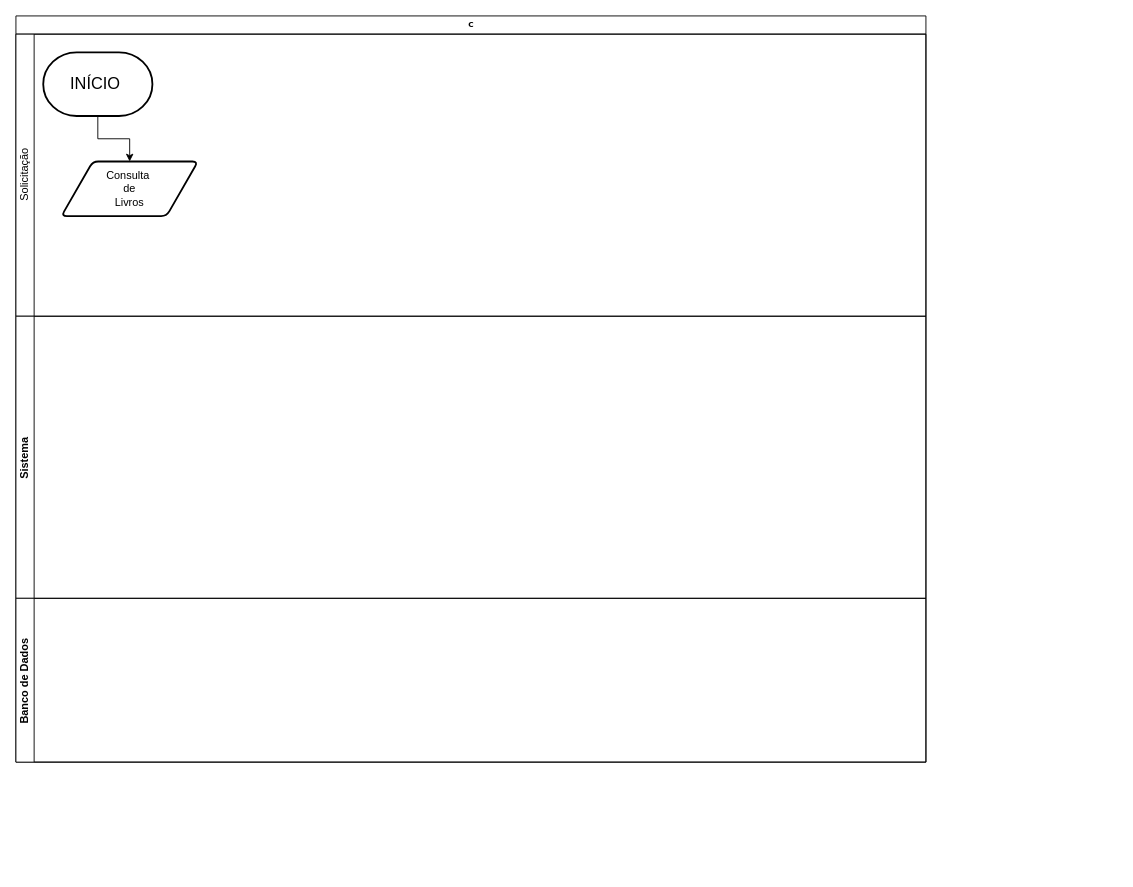
This is Untitled Diagram.drawio from lucascerdeira/IMC, a draw.io file, before an edit. Source tidied: cells renumbered, new cells numbered last; positions are measured from the earlier drawing's top-left corner, leaving out a move shared by most shapes. Both pictures are drawn from the tidied source at 91%, with x=0, y=0 at pixel (15, 15).
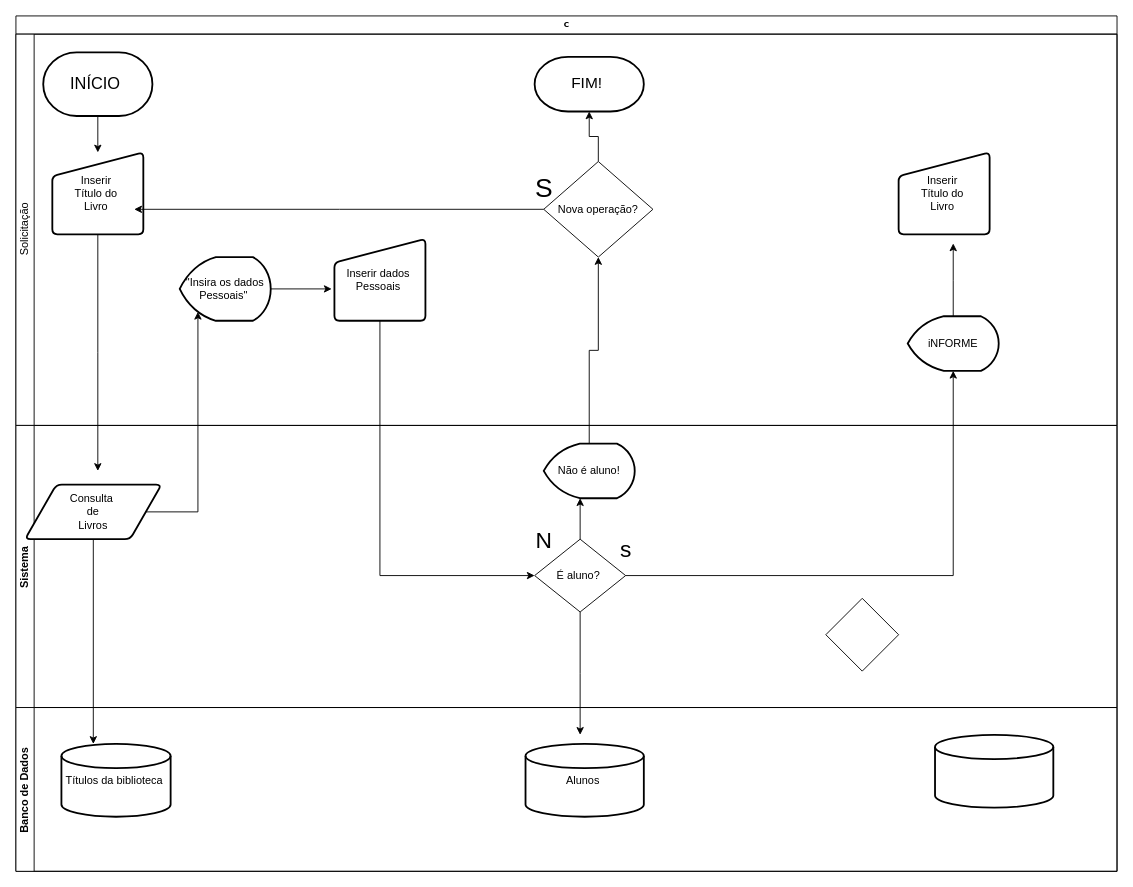
The same diagram, later.

The change refers to these unchanged cells:
```xml
<mxCell id="5" value="&lt;font style=&quot;font-size: 18px&quot;&gt;INÍCIO&amp;nbsp;&lt;/font&gt;" style="strokeWidth=2;html=1;shape=mxgraph.flowchart.terminator;whiteSpace=wrap;" parent="3" vertex="1">
  <mxGeometry x="30" y="20" width="120" height="70" as="geometry" />
</mxCell>
```

Diff of the diagram source:
```diff
@@
     <mxCell id="2" value="C" style="swimlane;html=1;horizontal=1;startSize=20;rounded=0;shadow=0;labelBackgroundColor=none;strokeWidth=1;fontFamily=Verdana;fontSize=8;align=center;" parent="1" vertex="1">
-      <mxGeometry width="1000" height="820" as="geometry" />
+      <mxGeometry width="1210" height="940" as="geometry" />
     </mxCell>
     <mxCell id="3" value="Solicitação" style="swimlane;html=1;startSize=20;horizontal=0;fontStyle=0;" parent="2" vertex="1">
-      <mxGeometry y="20" width="1000" height="310" as="geometry" />
+      <mxGeometry y="20" width="1210" height="430" as="geometry" />
     </mxCell>
-    <mxCell id="4" style="edgeStyle=orthogonalEdgeStyle;rounded=0;jettySize=auto;html=1;entryX=0.5;entryY=0;entryDx=0;entryDy=0;" parent="3" edge="1" source="5" target="6">
-      <mxGeometry relative="1" as="geometry" />
-    </mxCell>
+    <mxCell id="10" style="edgeStyle=orthogonalEdgeStyle;rounded=0;jettySize=auto;html=1;" parent="3" edge="1" source="5" target="12">
+      <mxGeometry relative="1" as="geometry" />
+    </mxCell>
@@
+    <mxCell id="11" value="&lt;font style=&quot;font-size: 17px&quot;&gt;FIM!&amp;nbsp;&lt;/font&gt;" style="strokeWidth=2;html=1;shape=mxgraph.flowchart.terminator;whiteSpace=wrap;" parent="3" vertex="1">
+      <mxGeometry x="570" y="25" width="120" height="60" as="geometry" />
+    </mxCell>
+    <mxCell id="12" value="Inserir&amp;nbsp;&lt;br&gt;Título do&amp;nbsp;&lt;br&gt;Livro&amp;nbsp;&lt;br&gt;" style="html=1;strokeWidth=2;shape=manualInput;whiteSpace=wrap;rounded=1;size=26;arcSize=11;" parent="3" vertex="1">
+      <mxGeometry x="40" y="130" width="100" height="90" as="geometry" />
+    </mxCell>
+    <mxCell id="13" value="iNFORME" style="strokeWidth=2;html=1;shape=mxgraph.flowchart.display;whiteSpace=wrap;" parent="3" vertex="1">
+      <mxGeometry x="980" y="310" width="100" height="60" as="geometry" />
+    </mxCell>
+    <mxCell id="14" value="S" style="edgeStyle=orthogonalEdgeStyle;rounded=0;jettySize=auto;html=1;entryX=0.5;entryY=1;entryDx=0;entryDy=0;entryPerimeter=0;fontSize=29;" parent="3" edge="1" source="15" target="11">
+      <mxGeometry x="-1" y="67" relative="1" as="geometry">
+        <mxPoint x="7" y="30" as="offset" />
+      </mxGeometry>
+    </mxCell>
+    <mxCell id="15" value="Nova operação?" style="rhombus;whiteSpace=wrap;html=1;" parent="3" vertex="1">
+      <mxGeometry x="580" y="140" width="120" height="105" as="geometry" />
+    </mxCell>
+    <mxCell id="16" value="Inserir&amp;nbsp;&lt;br&gt;Título do&amp;nbsp;&lt;br&gt;Livro&amp;nbsp;&lt;br&gt;" style="html=1;strokeWidth=2;shape=manualInput;whiteSpace=wrap;rounded=1;size=26;arcSize=11;" parent="3" vertex="1">
+      <mxGeometry x="970" y="130" width="100" height="90" as="geometry" />
+    </mxCell>
+    <mxCell id="17" style="edgeStyle=orthogonalEdgeStyle;rounded=0;jettySize=auto;html=1;entryX=-0.03;entryY=0.611;entryDx=0;entryDy=0;entryPerimeter=0;fontSize=25;" parent="3" edge="1" source="18" target="19">
+      <mxGeometry relative="1" as="geometry" />
+    </mxCell>
+    <mxCell id="18" value="&quot;Insira os dados&lt;br&gt;Pessoais&quot;&amp;nbsp;" style="strokeWidth=2;html=1;shape=mxgraph.flowchart.display;whiteSpace=wrap;" parent="3" vertex="1">
+      <mxGeometry x="180" y="245" width="100" height="70" as="geometry" />
+    </mxCell>
+    <mxCell id="19" value="Inserir dados&amp;nbsp;&lt;br&gt;Pessoais&amp;nbsp;" style="html=1;strokeWidth=2;shape=manualInput;whiteSpace=wrap;rounded=1;size=26;arcSize=11;" parent="3" vertex="1">
+      <mxGeometry x="350" y="225" width="100" height="90" as="geometry" />
+    </mxCell>
+    <mxCell id="7" value="Sistema&amp;nbsp;" style="swimlane;html=1;startSize=20;horizontal=0;" parent="2" vertex="1">
+      <mxGeometry y="450" width="1210" height="310" as="geometry" />
+    </mxCell>
-    <mxCell id="6" value="Consulta&amp;nbsp;&lt;br&gt;de&lt;br&gt;Livros" style="shape=parallelogram;html=1;strokeWidth=2;perimeter=parallelogramPerimeter;whiteSpace=wrap;rounded=1;arcSize=12;size=0.23;" parent="3" vertex="1">
-      <mxGeometry x="50" y="140" width="150" height="60" as="geometry" />
+    <mxCell id="6" value="Consulta&amp;nbsp;&lt;br&gt;de&lt;br&gt;Livros" style="shape=parallelogram;html=1;strokeWidth=2;perimeter=parallelogramPerimeter;whiteSpace=wrap;rounded=1;arcSize=12;size=0.23;" parent="7" vertex="1">
+      <mxGeometry x="10" y="65" width="150" height="60" as="geometry" />
     </mxCell>
-    <mxCell id="7" value="Sistema&amp;nbsp;" style="swimlane;html=1;startSize=20;horizontal=0;" parent="2" vertex="1">
-      <mxGeometry y="330" width="1000" height="310" as="geometry" />
-    </mxCell>
+    <mxCell id="20" value="É aluno?&amp;nbsp;" style="rhombus;whiteSpace=wrap;html=1;" parent="7" vertex="1">
+      <mxGeometry x="570" y="125" width="100" height="80" as="geometry" />
+    </mxCell>
+    <mxCell id="21" style="rhombus;whiteSpace=wrap;html=1;" parent="7" vertex="1">
+      <mxGeometry x="890" y="190" width="80" height="80" as="geometry" />
+    </mxCell>
+    <mxCell id="22" value="Não é aluno!" style="strokeWidth=2;html=1;shape=mxgraph.flowchart.display;whiteSpace=wrap;" parent="7" vertex="1">
+      <mxGeometry x="580" y="20" width="100" height="60" as="geometry" />
+    </mxCell>
+    <mxCell id="23" value="N" style="edgeStyle=orthogonalEdgeStyle;rounded=0;jettySize=auto;html=1;entryX=0.4;entryY=1;entryDx=0;entryDy=0;entryPerimeter=0;fontSize=25;" parent="7" edge="1" source="20" target="22">
+      <mxGeometry x="-1" y="40" relative="1" as="geometry" />
+    </mxCell>
     <mxCell id="8" value="Banco de Dados&amp;nbsp;" style="swimlane;html=1;startSize=20;horizontal=0;" parent="2" vertex="1">
-      <mxGeometry y="640" width="1000" height="180" as="geometry" />
+      <mxGeometry y="760" width="1210" height="180" as="geometry" />
     </mxCell>
+    <mxCell id="24" value="Títulos da biblioteca&amp;nbsp;" style="strokeWidth=2;html=1;shape=mxgraph.flowchart.database;whiteSpace=wrap;" parent="8" vertex="1">
+      <mxGeometry x="50" y="40" width="120" height="80" as="geometry" />
+    </mxCell>
+    <mxCell id="25" value="Alunos&amp;nbsp;" style="strokeWidth=2;html=1;shape=mxgraph.flowchart.database;whiteSpace=wrap;" parent="8" vertex="1">
+      <mxGeometry x="560" y="40" width="130" height="80" as="geometry" />
+    </mxCell>
+    <mxCell id="26" style="strokeWidth=2;html=1;shape=mxgraph.flowchart.database;whiteSpace=wrap;" parent="8" vertex="1">
+      <mxGeometry x="1010" y="30" width="130" height="80" as="geometry" />
+    </mxCell>
@@
+    <mxCell id="27" style="edgeStyle=orthogonalEdgeStyle;rounded=0;jettySize=auto;html=1;entryX=0.5;entryY=1;entryDx=0;entryDy=0;entryPerimeter=0;" parent="2" edge="1" source="20" target="13">
+      <mxGeometry relative="1" as="geometry" />
+    </mxCell>
+    <mxCell id="28" style="edgeStyle=orthogonalEdgeStyle;rounded=0;jettySize=auto;html=1;entryX=0.292;entryY=0;entryDx=0;entryDy=0;entryPerimeter=0;fontSize=25;" parent="2" edge="1" source="6" target="24">
+      <mxGeometry relative="1" as="geometry" />
+    </mxCell>
+    <mxCell id="29" style="edgeStyle=orthogonalEdgeStyle;rounded=0;jettySize=auto;html=1;exitX=0.5;exitY=1;exitDx=0;exitDy=0;entryX=0;entryY=0.5;entryDx=0;entryDy=0;fontSize=25;" parent="2" edge="1" source="19" target="20">
+      <mxGeometry relative="1" as="geometry" />
+    </mxCell>
+    <mxCell id="30" style="edgeStyle=orthogonalEdgeStyle;rounded=0;jettySize=auto;html=1;exitX=1;exitY=0.5;exitDx=0;exitDy=0;entryX=0.2;entryY=0.86;entryDx=0;entryDy=0;entryPerimeter=0;fontSize=25;" parent="2" edge="1" source="6" target="18">
+      <mxGeometry relative="1" as="geometry" />
+    </mxCell>
+    <mxCell id="31" style="edgeStyle=orthogonalEdgeStyle;rounded=0;jettySize=auto;html=1;exitX=0.5;exitY=0;exitDx=0;exitDy=0;exitPerimeter=0;entryX=0.5;entryY=1;entryDx=0;entryDy=0;fontSize=25;" parent="2" edge="1" source="22" target="15">
+      <mxGeometry relative="1" as="geometry" />
+    </mxCell>
+    <mxCell id="32" style="edgeStyle=orthogonalEdgeStyle;rounded=0;jettySize=auto;html=1;" parent="1" edge="1" source="15">
+      <mxGeometry relative="1" as="geometry">
+        <mxPoint x="130" y="212.5" as="targetPoint" />
+      </mxGeometry>
+    </mxCell>
+    <mxCell id="33" style="edgeStyle=orthogonalEdgeStyle;rounded=0;jettySize=auto;html=1;" parent="1" edge="1" source="13">
+      <mxGeometry relative="1" as="geometry">
+        <mxPoint x="1030" y="250" as="targetPoint" />
+      </mxGeometry>
+    </mxCell>
+    <mxCell id="34" value="s" style="edgeStyle=orthogonalEdgeStyle;rounded=0;jettySize=auto;html=1;fontSize=25;" parent="1" edge="1" source="20">
+      <mxGeometry x="-1" y="86" relative="1" as="geometry">
+        <mxPoint x="620" y="790" as="targetPoint" />
+        <mxPoint x="-36" y="-70" as="offset" />
+      </mxGeometry>
+    </mxCell>
+    <mxCell id="35" style="edgeStyle=orthogonalEdgeStyle;rounded=0;jettySize=auto;html=1;fontSize=25;" parent="1" edge="1" source="12">
+      <mxGeometry relative="1" as="geometry">
+        <mxPoint x="90" y="500" as="targetPoint" />
+      </mxGeometry>
+    </mxCell>
```
